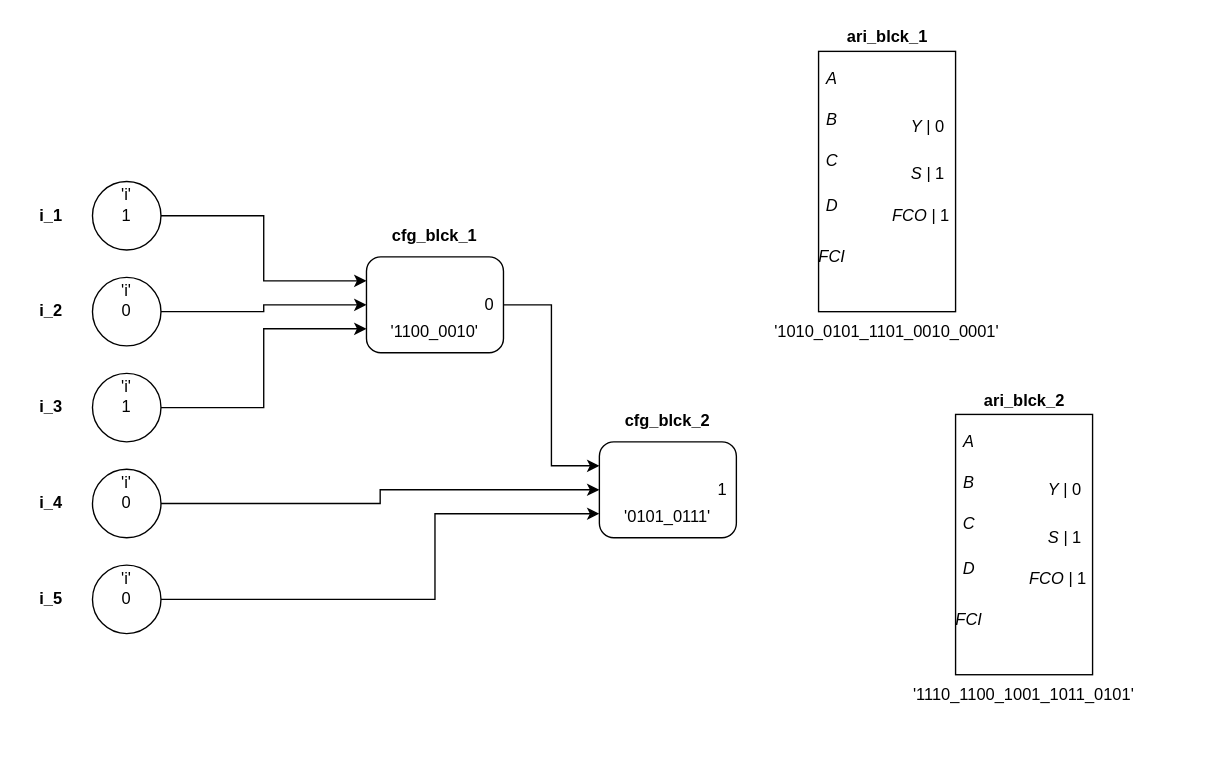
Above: multimedia/example_graph.drawio in Reconfig-Comp/assign_1 (draw.io), before the change. Source tidied: cells renumbered, new cells numbered last; positions are measured from the earlier drawing's top-left corner, leaving out a move shared by most shapes. Both pictures are drawn from the tidied source at 137%, with x=0, y=0 at pixel (23, 23).
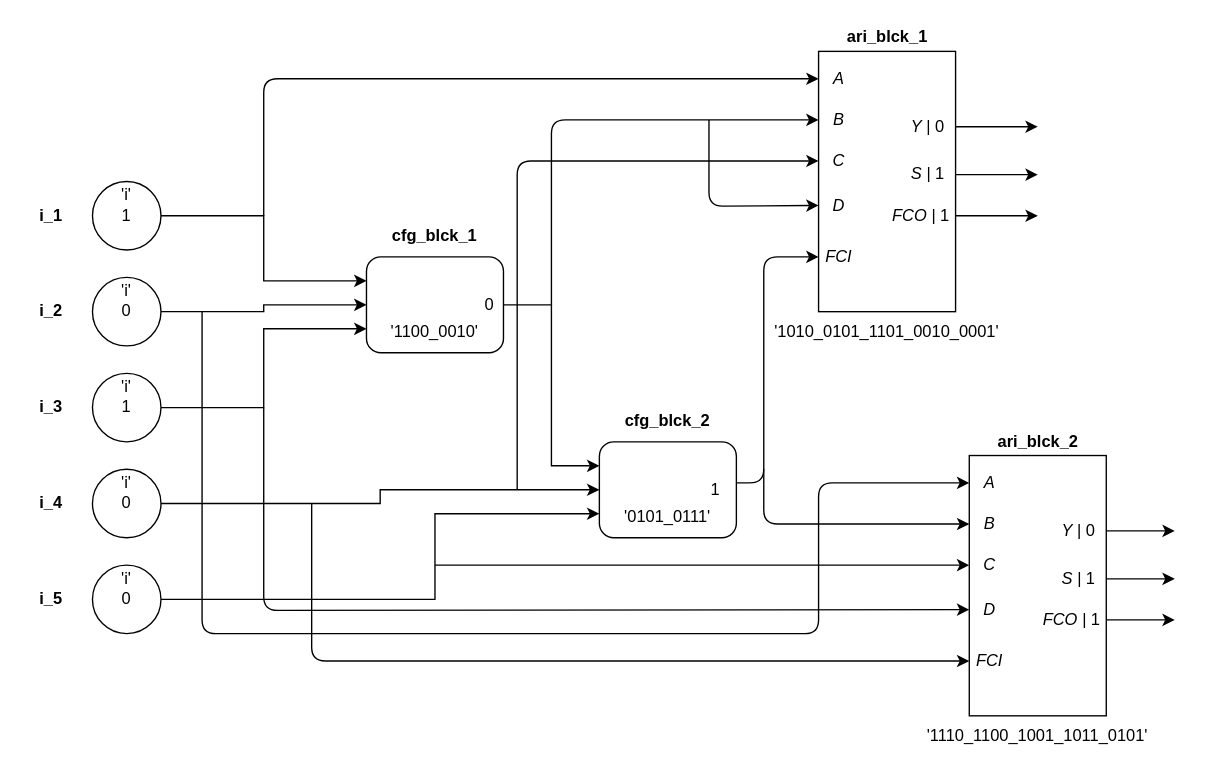
The same page after the edit.

Commit message (it also covers changes not shown here):
Incorporated ari_blck into example_graph

Restricted outputs type to list/tuple coz set cannot be idxed.
Fixed doc typos. Elaborated example_graph; implemented the
same. Fixed logical error in listAriBlcks.

The change refers to these unchanged cells:
```xml
<mxCell id="27" style="group;" parent="1" vertex="1">
  <mxGeometry x="420" y="280" width="110" height="95" as="geometry" />
</mxCell>
<mxCell id="38" style="group;" parent="1" vertex="1">
  <mxGeometry x="540" width="180" height="235" as="geometry" />
</mxCell>
<mxCell id="45" value="&lt;i&gt;Y | &lt;/i&gt;0" style="text;html=1;strokeColor=none;fillColor=none;align=center;verticalAlign=middle;whiteSpace=wrap;rounded=0;" parent="38" vertex="1">
  <mxGeometry x="100" y="65" width="40" height="20" as="geometry" />
</mxCell>
<mxCell id="46" value="&lt;i&gt;S | &lt;/i&gt;1" style="text;html=1;strokeColor=none;fillColor=none;align=center;verticalAlign=middle;whiteSpace=wrap;rounded=0;" parent="38" vertex="1">
  <mxGeometry x="100" y="100" width="40" height="20" as="geometry" />
</mxCell>
<mxCell id="47" value="&lt;i&gt;FCO | &lt;/i&gt;1" style="text;html=1;strokeColor=none;fillColor=none;align=center;verticalAlign=middle;whiteSpace=wrap;rounded=0;" parent="38" vertex="1">
  <mxGeometry x="90" y="130" width="50" height="20" as="geometry" />
</mxCell>
```

Change to the diagram source:
```diff
@@
     <mxCell id="31" value="1" style="text;html=1;strokeColor=none;fillColor=none;align=center;verticalAlign=middle;whiteSpace=wrap;rounded=0;" parent="27" vertex="1">
-      <mxGeometry x="70" y="50" width="40" height="20" as="geometry" />
+      <mxGeometry x="70" y="50" width="30" height="20" as="geometry" />
     </mxCell>
@@
     <mxCell id="40" value="&lt;i&gt;A&lt;/i&gt;" style="text;html=1;strokeColor=none;fillColor=none;align=center;verticalAlign=middle;whiteSpace=wrap;rounded=0;" parent="38" vertex="1">
-      <mxGeometry x="30" y="30" width="40" height="20" as="geometry" />
+      <mxGeometry x="40" y="30" width="30" height="20" as="geometry" />
     </mxCell>
     <mxCell id="41" value="&lt;i&gt;B&lt;/i&gt;" style="text;html=1;strokeColor=none;fillColor=none;align=center;verticalAlign=middle;whiteSpace=wrap;rounded=0;" parent="38" vertex="1">
-      <mxGeometry x="30" y="60" width="40" height="20" as="geometry" />
+      <mxGeometry x="40" y="60" width="30" height="20" as="geometry" />
     </mxCell>
     <mxCell id="42" value="&lt;i&gt;C&lt;/i&gt;" style="text;html=1;strokeColor=none;fillColor=none;align=center;verticalAlign=middle;whiteSpace=wrap;rounded=0;" parent="38" vertex="1">
-      <mxGeometry x="30" y="90" width="40" height="20" as="geometry" />
+      <mxGeometry x="40" y="90" width="30" height="20" as="geometry" />
     </mxCell>
     <mxCell id="43" value="&lt;i&gt;D&lt;/i&gt;" style="text;html=1;strokeColor=none;fillColor=none;align=center;verticalAlign=middle;whiteSpace=wrap;rounded=0;" parent="38" vertex="1">
-      <mxGeometry x="30" y="122.5" width="40" height="20" as="geometry" />
+      <mxGeometry x="40" y="122.5" width="30" height="20" as="geometry" />
     </mxCell>
     <mxCell id="44" value="&lt;i&gt;FCI&lt;/i&gt;" style="text;html=1;strokeColor=none;fillColor=none;align=center;verticalAlign=middle;whiteSpace=wrap;rounded=0;" parent="38" vertex="1">
-      <mxGeometry x="30" y="160" width="40" height="20" as="geometry" />
+      <mxGeometry x="40" y="160" width="30" height="20" as="geometry" />
     </mxCell>
@@
-    <mxCell id="50" style="group;" parent="1" vertex="1">
-      <mxGeometry x="640" y="265" width="180" height="235" as="geometry" />
-    </mxCell>
+    <mxCell id="62" style="endArrow=classic;html=1;entryX=0;entryY=0.5;entryDx=0;entryDy=0;" parent="1" edge="1" target="40">
+      <mxGeometry relative="1" as="geometry">
+        <mxPoint x="175" y="140" as="sourcePoint" />
+        <Array as="points">
+          <mxPoint x="175" y="40" />
+        </Array>
+      </mxGeometry>
+    </mxCell>
+    <mxCell id="63" style="endArrow=classic;html=1;entryX=0;entryY=0.5;entryDx=0;entryDy=0;" parent="1" edge="1" target="41">
+      <mxGeometry relative="1" as="geometry">
+        <mxPoint x="385" y="205" as="sourcePoint" />
+        <Array as="points">
+          <mxPoint x="385" y="70" />
+        </Array>
+      </mxGeometry>
+    </mxCell>
+    <mxCell id="64" style="endArrow=classic;html=1;entryX=0;entryY=0.5;entryDx=0;entryDy=0;" parent="1" edge="1" target="42">
+      <mxGeometry relative="1" as="geometry">
+        <mxPoint x="360" y="340" as="sourcePoint" />
+        <Array as="points">
+          <mxPoint x="360" y="100" />
+        </Array>
+      </mxGeometry>
+    </mxCell>
+    <mxCell id="65" style="endArrow=classic;html=1;entryX=0;entryY=0.5;entryDx=0;entryDy=0;" parent="1" edge="1" target="43">
+      <mxGeometry relative="1" as="geometry">
+        <mxPoint x="500" y="70" as="sourcePoint" />
+        <Array as="points">
+          <mxPoint x="500" y="133" />
+        </Array>
+      </mxGeometry>
+    </mxCell>
+    <mxCell id="66" style="endArrow=classic;html=1;entryX=0;entryY=0.5;entryDx=0;entryDy=0;exitX=1;exitY=0.25;exitDx=0;exitDy=0;" parent="1" edge="1" source="31" target="44">
+      <mxGeometry relative="1" as="geometry">
+        <Array as="points">
+          <mxPoint x="540" y="335" />
+          <mxPoint x="540" y="170" />
+        </Array>
+      </mxGeometry>
+    </mxCell>
+    <mxCell id="67" style="endArrow=classic;html=1;exitX=1;exitY=0.5;exitDx=0;exitDy=0;" parent="1" edge="1" source="45">
+      <mxGeometry relative="1" as="geometry">
+        <mxPoint x="740" y="75" as="targetPoint" />
+      </mxGeometry>
+    </mxCell>
+    <mxCell id="68" style="endArrow=classic;html=1;exitX=1;exitY=0.5;exitDx=0;exitDy=0;" parent="1" edge="1" source="46">
+      <mxGeometry relative="1" as="geometry">
+        <mxPoint x="740" y="110" as="targetPoint" />
+      </mxGeometry>
+    </mxCell>
+    <mxCell id="69" style="endArrow=classic;html=1;exitX=1;exitY=0.5;exitDx=0;exitDy=0;" parent="1" edge="1" source="47">
+      <mxGeometry relative="1" as="geometry">
+        <mxPoint x="740" y="140" as="targetPoint" />
+      </mxGeometry>
+    </mxCell>
+    <mxCell id="70" style="group;" parent="1" vertex="1">
+      <mxGeometry x="650" y="295" width="180" height="235" as="geometry" />
+    </mxCell>
-    <mxCell id="51" style="rounded=0;whiteSpace=wrap;html=1;" parent="50" vertex="1">
+    <mxCell id="51" style="rounded=0;whiteSpace=wrap;html=1;" parent="70" vertex="1">
       <mxGeometry x="40" y="20" width="100" height="190" as="geometry" />
     </mxCell>
-    <mxCell id="52" value="&lt;i&gt;A&lt;/i&gt;" style="text;html=1;strokeColor=none;fillColor=none;align=center;verticalAlign=middle;whiteSpace=wrap;rounded=0;" parent="50" vertex="1">
-      <mxGeometry x="30" y="30" width="40" height="20" as="geometry" />
+    <mxCell id="52" value="&lt;i&gt;A&lt;/i&gt;" style="text;html=1;strokeColor=none;fillColor=none;align=center;verticalAlign=middle;whiteSpace=wrap;rounded=0;" parent="70" vertex="1">
+      <mxGeometry x="40" y="30" width="30" height="20" as="geometry" />
     </mxCell>
-    <mxCell id="53" value="&lt;i&gt;B&lt;/i&gt;" style="text;html=1;strokeColor=none;fillColor=none;align=center;verticalAlign=middle;whiteSpace=wrap;rounded=0;" parent="50" vertex="1">
-      <mxGeometry x="30" y="60" width="40" height="20" as="geometry" />
+    <mxCell id="53" value="&lt;i&gt;B&lt;/i&gt;" style="text;html=1;strokeColor=none;fillColor=none;align=center;verticalAlign=middle;whiteSpace=wrap;rounded=0;" parent="70" vertex="1">
+      <mxGeometry x="40" y="60" width="30" height="20" as="geometry" />
     </mxCell>
-    <mxCell id="54" value="&lt;i&gt;C&lt;/i&gt;" style="text;html=1;strokeColor=none;fillColor=none;align=center;verticalAlign=middle;whiteSpace=wrap;rounded=0;" parent="50" vertex="1">
-      <mxGeometry x="30" y="90" width="40" height="20" as="geometry" />
+    <mxCell id="54" value="&lt;i&gt;C&lt;/i&gt;" style="text;html=1;strokeColor=none;fillColor=none;align=center;verticalAlign=middle;whiteSpace=wrap;rounded=0;" parent="70" vertex="1">
+      <mxGeometry x="40" y="90" width="30" height="20" as="geometry" />
     </mxCell>
-    <mxCell id="55" value="&lt;i&gt;D&lt;/i&gt;" style="text;html=1;strokeColor=none;fillColor=none;align=center;verticalAlign=middle;whiteSpace=wrap;rounded=0;" parent="50" vertex="1">
-      <mxGeometry x="30" y="122.5" width="40" height="20" as="geometry" />
+    <mxCell id="55" value="&lt;i&gt;D&lt;/i&gt;" style="text;html=1;strokeColor=none;fillColor=none;align=center;verticalAlign=middle;whiteSpace=wrap;rounded=0;" parent="70" vertex="1">
+      <mxGeometry x="40" y="122.5" width="30" height="20" as="geometry" />
     </mxCell>
-    <mxCell id="56" value="&lt;i&gt;FCI&lt;/i&gt;" style="text;html=1;strokeColor=none;fillColor=none;align=center;verticalAlign=middle;whiteSpace=wrap;rounded=0;" parent="50" vertex="1">
-      <mxGeometry x="30" y="160" width="40" height="20" as="geometry" />
+    <mxCell id="56" value="&lt;i&gt;FCI&lt;/i&gt;" style="text;html=1;strokeColor=none;fillColor=none;align=center;verticalAlign=middle;whiteSpace=wrap;rounded=0;" parent="70" vertex="1">
+      <mxGeometry x="40" y="160" width="30" height="20" as="geometry" />
     </mxCell>
-    <mxCell id="57" value="&lt;i&gt;Y | &lt;/i&gt;0" style="text;html=1;strokeColor=none;fillColor=none;align=center;verticalAlign=middle;whiteSpace=wrap;rounded=0;" parent="50" vertex="1">
+    <mxCell id="57" value="&lt;i&gt;Y | &lt;/i&gt;0" style="text;html=1;strokeColor=none;fillColor=none;align=center;verticalAlign=middle;whiteSpace=wrap;rounded=0;" parent="70" vertex="1">
       <mxGeometry x="100" y="65" width="40" height="20" as="geometry" />
     </mxCell>
-    <mxCell id="58" value="&lt;i&gt;S | &lt;/i&gt;1" style="text;html=1;strokeColor=none;fillColor=none;align=center;verticalAlign=middle;whiteSpace=wrap;rounded=0;" parent="50" vertex="1">
+    <mxCell id="58" value="&lt;i&gt;S | &lt;/i&gt;1" style="text;html=1;strokeColor=none;fillColor=none;align=center;verticalAlign=middle;whiteSpace=wrap;rounded=0;" parent="70" vertex="1">
       <mxGeometry x="100" y="100" width="40" height="20" as="geometry" />
     </mxCell>
-    <mxCell id="59" value="&lt;i&gt;FCO | &lt;/i&gt;1" style="text;html=1;strokeColor=none;fillColor=none;align=center;verticalAlign=middle;whiteSpace=wrap;rounded=0;" parent="50" vertex="1">
+    <mxCell id="59" value="&lt;i&gt;FCO | &lt;/i&gt;1" style="text;html=1;strokeColor=none;fillColor=none;align=center;verticalAlign=middle;whiteSpace=wrap;rounded=0;" parent="70" vertex="1">
       <mxGeometry x="90" y="130" width="50" height="20" as="geometry" />
     </mxCell>
-    <mxCell id="60" value="&lt;b&gt;ari_blck_2&lt;/b&gt;" style="text;html=1;align=center;verticalAlign=middle;" parent="50" vertex="1">
+    <mxCell id="60" value="&lt;b&gt;ari_blck_2&lt;/b&gt;" style="text;html=1;align=center;verticalAlign=middle;" parent="70" vertex="1">
       <mxGeometry x="55" width="70" height="20" as="geometry" />
     </mxCell>
-    <mxCell id="61" value="'1110_1100_1001_1011_0101'" style="text;html=1;strokeColor=none;fillColor=none;align=center;verticalAlign=middle;whiteSpace=wrap;rounded=0;" parent="50" vertex="1">
+    <mxCell id="61" value="'1110_1100_1001_1011_0101'" style="text;html=1;strokeColor=none;fillColor=none;align=center;verticalAlign=middle;whiteSpace=wrap;rounded=0;" parent="70" vertex="1">
       <mxGeometry y="215" width="180" height="20" as="geometry" />
     </mxCell>
+    <mxCell id="71" style="endArrow=classic;html=1;entryX=0;entryY=0.5;entryDx=0;entryDy=0;" parent="1" edge="1" target="52">
+      <mxGeometry relative="1" as="geometry">
+        <mxPoint x="130" y="210" as="sourcePoint" />
+        <Array as="points">
+          <mxPoint x="130" y="445" />
+          <mxPoint x="580" y="445" />
+          <mxPoint x="580" y="335" />
+        </Array>
+      </mxGeometry>
+    </mxCell>
+    <mxCell id="72" style="endArrow=classic;html=1;entryX=0;entryY=0.5;entryDx=0;entryDy=0;" parent="1" edge="1" target="53">
+      <mxGeometry relative="1" as="geometry">
+        <mxPoint x="540" y="325" as="sourcePoint" />
+        <Array as="points">
+          <mxPoint x="540" y="365" />
+        </Array>
+      </mxGeometry>
+    </mxCell>
+    <mxCell id="73" style="endArrow=classic;html=1;entryX=0;entryY=0.5;entryDx=0;entryDy=0;" parent="1" edge="1" target="54">
+      <mxGeometry relative="1" as="geometry">
+        <mxPoint x="300" y="395" as="sourcePoint" />
+      </mxGeometry>
+    </mxCell>
+    <mxCell id="74" style="endArrow=classic;html=1;entryX=0;entryY=0.5;entryDx=0;entryDy=0;" parent="1" edge="1" target="55">
+      <mxGeometry relative="1" as="geometry">
+        <mxPoint x="175" y="280" as="sourcePoint" />
+        <Array as="points">
+          <mxPoint x="175" y="428" />
+        </Array>
+      </mxGeometry>
+    </mxCell>
+    <mxCell id="75" style="endArrow=classic;html=1;entryX=0;entryY=0.5;entryDx=0;entryDy=0;" parent="1" edge="1" target="56">
+      <mxGeometry relative="1" as="geometry">
+        <mxPoint x="210" y="350" as="sourcePoint" />
+        <Array as="points">
+          <mxPoint x="210" y="465" />
+        </Array>
+      </mxGeometry>
+    </mxCell>
+    <mxCell id="76" style="endArrow=classic;html=1;exitX=1;exitY=0.5;exitDx=0;exitDy=0;" parent="1" edge="1" source="57">
+      <mxGeometry relative="1" as="geometry">
+        <mxPoint x="840" y="370" as="targetPoint" />
+      </mxGeometry>
+    </mxCell>
+    <mxCell id="77" style="endArrow=classic;html=1;exitX=1;exitY=0.5;exitDx=0;exitDy=0;" parent="1" edge="1" source="58">
+      <mxGeometry relative="1" as="geometry">
+        <mxPoint x="840" y="405" as="targetPoint" />
+      </mxGeometry>
+    </mxCell>
+    <mxCell id="78" style="endArrow=classic;html=1;exitX=1;exitY=0.5;exitDx=0;exitDy=0;" parent="1" edge="1" source="59">
+      <mxGeometry relative="1" as="geometry">
+        <mxPoint x="840" y="435" as="targetPoint" />
+      </mxGeometry>
+    </mxCell>
```
